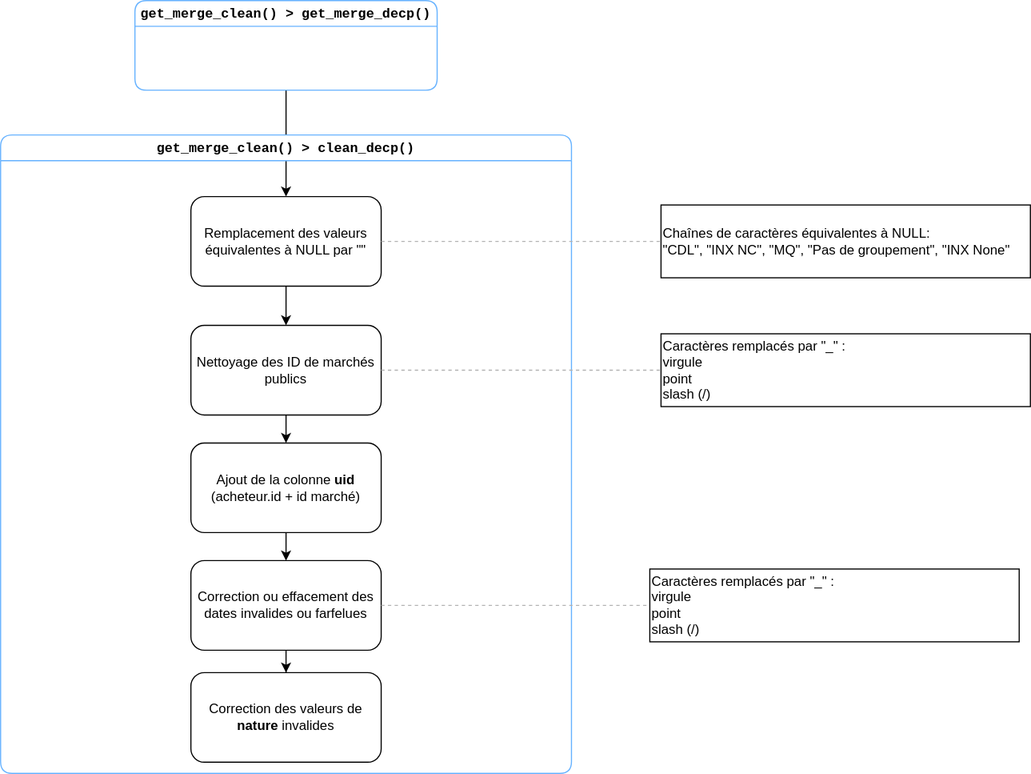
This is drawings/clean.svg from ElyotL/decp-processing, a draw.io export, as it was before one commit. Source tidied: cells renumbered, new cells last; positions are measured from the earlier drawing's top-left corner, leaving out a move shared by most shapes.
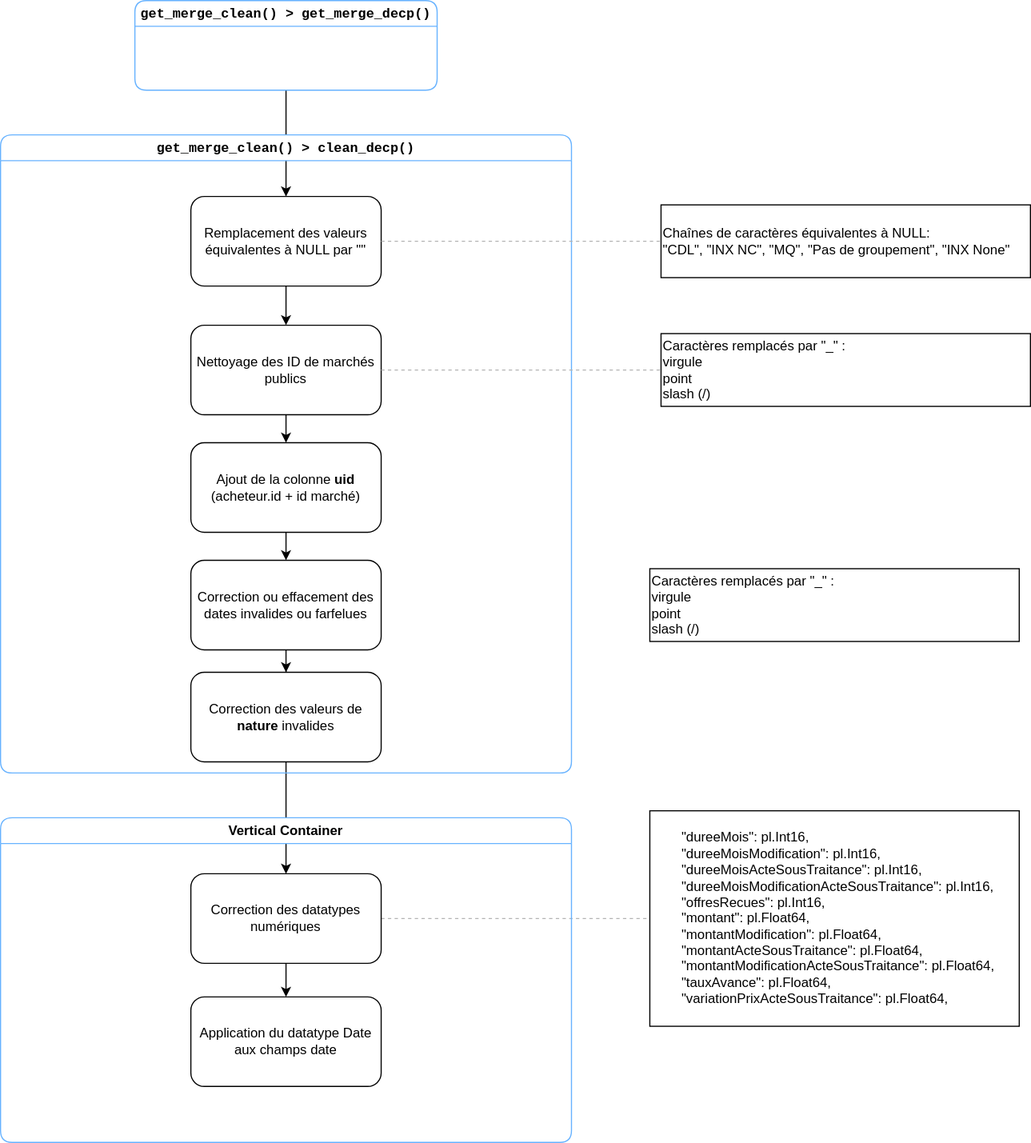
The same diagram one commit later.

Diff of the diagram source:
```diff
@@ -2,6 +2,9 @@
   <root>
     <mxCell id="0" />
     <mxCell id="1" parent="0" />
+    <mxCell id="20" style="edgeStyle=orthogonalEdgeStyle;rounded=0;jettySize=auto;html=1;fontFamily=Helvetica;fontSize=12;fontColor=default;fontStyle=1;labelBackgroundColor=none;" parent="1" edge="1" source="12" target="23">
+      <mxGeometry relative="1" as="geometry" />
+    </mxCell>
     <mxCell id="2" style="edgeStyle=orthogonalEdgeStyle;rounded=0;jettySize=auto;html=1;exitX=0.5;exitY=1;exitDx=0;exitDy=0;" parent="1" edge="1" source="19" target="5">
       <mxGeometry relative="1" as="geometry" />
     </mxCell>
@@ -35,7 +38,7 @@
     <mxCell id="12" value="Correction des valeurs de &lt;b&gt;nature&lt;/b&gt;&amp;nbsp;invalides" style="rounded=1;whiteSpace=wrap;html=1;" parent="3" vertex="1">
       <mxGeometry x="170" y="480" width="170" height="80" as="geometry" />
     </mxCell>
-    <mxCell id="13" style="edgeStyle=orthogonalEdgeStyle;rounded=0;jettySize=auto;html=1;exitX=1;exitY=0.5;exitDx=0;exitDy=0;entryX=0;entryY=0.5;entryDx=0;entryDy=0;fontFamily=Helvetica;fontSize=12;fontColor=default;labelBackgroundColor=none;strokeColor=#B3B3B3;dashed=1;endArrow=none;startFill=0;" parent="1" edge="1" source="11" target="18">
+    <mxCell id="13" style="edgeStyle=orthogonalEdgeStyle;rounded=0;jettySize=auto;html=1;exitX=1;exitY=0.5;exitDx=0;exitDy=0;entryX=0;entryY=0.5;entryDx=0;entryDy=0;fontFamily=Helvetica;fontSize=12;fontColor=default;labelBackgroundColor=none;strokeColor=#B3B3B3;dashed=1;endArrow=none;startFill=0;" parent="1" edge="1" source="23" target="25">
       <mxGeometry relative="1" as="geometry" />
     </mxCell>
     <mxCell id="14" value="Chaînes de caractères équivalentes à NULL:&amp;nbsp;&lt;br&gt;&quot;CDL&quot;, &quot;INX NC&quot;, &quot;MQ&quot;, &quot;Pas de groupement&quot;, &quot;INX None&quot;" style="rounded=0;whiteSpace=wrap;html=1;shadow=0;strokeColor=default;strokeWidth=1;align=left;verticalAlign=middle;fontFamily=Helvetica;fontSize=12;fontColor=default;labelBackgroundColor=none;fillColor=default;" parent="1" vertex="1">
@@ -56,5 +59,20 @@
     <mxCell id="19" value="&lt;font face=&quot;Courier New&quot;&gt;get_merge_clean() &amp;gt; get_merge_decp()&lt;/font&gt;" style="swimlane;whiteSpace=wrap;html=1;rounded=1;shadow=0;strokeColor=#66B2FF;strokeWidth=1;align=center;verticalAlign=middle;fontFamily=Helvetica;fontSize=12;fontColor=default;fontStyle=1;labelBackgroundColor=none;fillColor=default;" parent="1" vertex="1">
       <mxGeometry x="120" width="270" height="80" as="geometry" />
     </mxCell>
+    <mxCell id="21" value="Vertical Container" style="swimlane;whiteSpace=wrap;html=1;rounded=1;shadow=0;strokeColor=#66B2FF;strokeWidth=1;align=center;verticalAlign=middle;fontFamily=Helvetica;fontSize=12;fontColor=default;fontStyle=1;labelBackgroundColor=none;fillColor=default;" parent="1" vertex="1">
+      <mxGeometry y="730" width="510" height="290" as="geometry" />
+    </mxCell>
+    <mxCell id="22" style="edgeStyle=orthogonalEdgeStyle;rounded=0;jettySize=auto;html=1;fontFamily=Helvetica;fontSize=12;fontColor=default;fontStyle=1;labelBackgroundColor=none;" parent="21" edge="1" source="23" target="24">
+      <mxGeometry relative="1" as="geometry" />
+    </mxCell>
+    <mxCell id="23" value="Correction des datatypes numériques" style="rounded=1;whiteSpace=wrap;html=1;" parent="21" vertex="1">
+      <mxGeometry x="170" y="50" width="170" height="80" as="geometry" />
+    </mxCell>
+    <mxCell id="24" value="Application du datatype Date aux champs date" style="rounded=1;whiteSpace=wrap;html=1;" parent="21" vertex="1">
+      <mxGeometry x="170" y="160" width="170" height="80" as="geometry" />
+    </mxCell>
+    <mxCell id="25" value="&lt;div&gt;&amp;nbsp; &amp;nbsp; &amp;nbsp; &amp;nbsp; &quot;dureeMois&quot;: pl.Int16,&lt;/div&gt;&lt;div&gt;&amp;nbsp; &amp;nbsp; &amp;nbsp; &amp;nbsp; &quot;dureeMoisModification&quot;: pl.Int16,&lt;/div&gt;&lt;div&gt;&amp;nbsp; &amp;nbsp; &amp;nbsp; &amp;nbsp; &quot;dureeMoisActeSousTraitance&quot;: pl.Int16,&lt;/div&gt;&lt;div&gt;&amp;nbsp; &amp;nbsp; &amp;nbsp; &amp;nbsp; &quot;dureeMoisModificationActeSousTraitance&quot;: pl.Int16,&lt;/div&gt;&lt;div&gt;&amp;nbsp; &amp;nbsp; &amp;nbsp; &amp;nbsp; &quot;offresRecues&quot;: pl.Int16,&lt;/div&gt;&lt;div&gt;&amp;nbsp; &amp;nbsp; &amp;nbsp; &amp;nbsp; &quot;montant&quot;: pl.Float64,&lt;/div&gt;&lt;div&gt;&amp;nbsp; &amp;nbsp; &amp;nbsp; &amp;nbsp; &quot;montantModification&quot;: pl.Float64,&lt;/div&gt;&lt;div&gt;&amp;nbsp; &amp;nbsp; &amp;nbsp; &amp;nbsp; &quot;montantActeSousTraitance&quot;: pl.Float64,&lt;/div&gt;&lt;div&gt;&amp;nbsp; &amp;nbsp; &amp;nbsp; &amp;nbsp; &quot;montantModificationActeSousTraitance&quot;: pl.Float64,&lt;/div&gt;&lt;div&gt;&amp;nbsp; &amp;nbsp; &amp;nbsp; &amp;nbsp; &quot;tauxAvance&quot;: pl.Float64,&lt;/div&gt;&lt;div&gt;&amp;nbsp; &amp;nbsp; &amp;nbsp; &amp;nbsp; &quot;variationPrixActeSousTraitance&quot;: pl.Float64,&lt;/div&gt;" style="rounded=0;whiteSpace=wrap;html=1;shadow=0;strokeColor=default;strokeWidth=1;align=left;verticalAlign=middle;fontFamily=Helvetica;fontSize=12;fontColor=default;labelBackgroundColor=none;fillColor=default;" parent="1" vertex="1">
+      <mxGeometry x="580" y="723.8" width="330" height="192.5" as="geometry" />
+    </mxCell>
   </root>
 </mxGraphModel>
```
